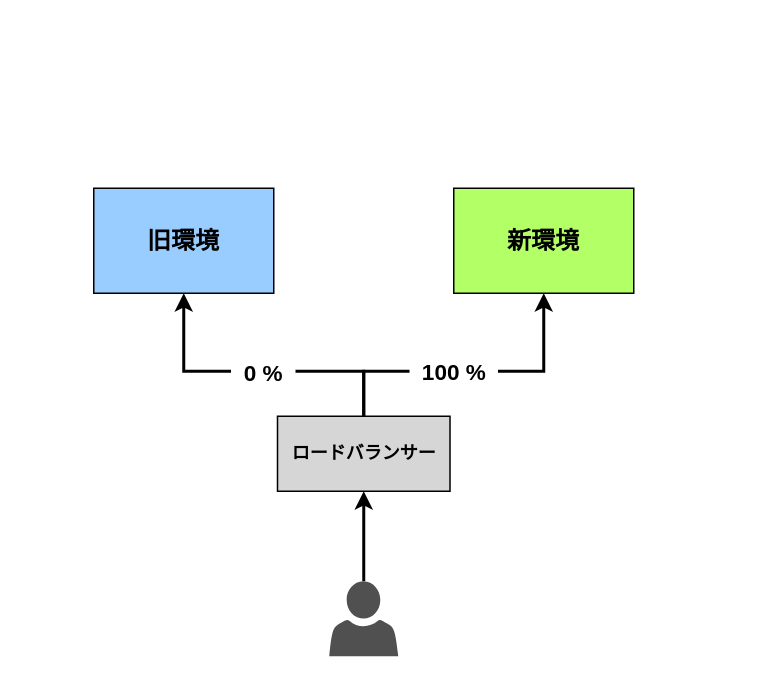
The draw.io diagram page "canary-release_3" (3 of 12) of images/drawio/istio/upgrade_istio.drawio in hiroki-it/tech-notebook_old, before the edit. Source tidied: cells renumbered, new cells numbered last; positions are measured from the earlier drawing's top-left corner, leaving out a move shared by most shapes. Both pictures are drawn from the tidied source at 150%, with x=0, y=0 at pixel (26, 26).
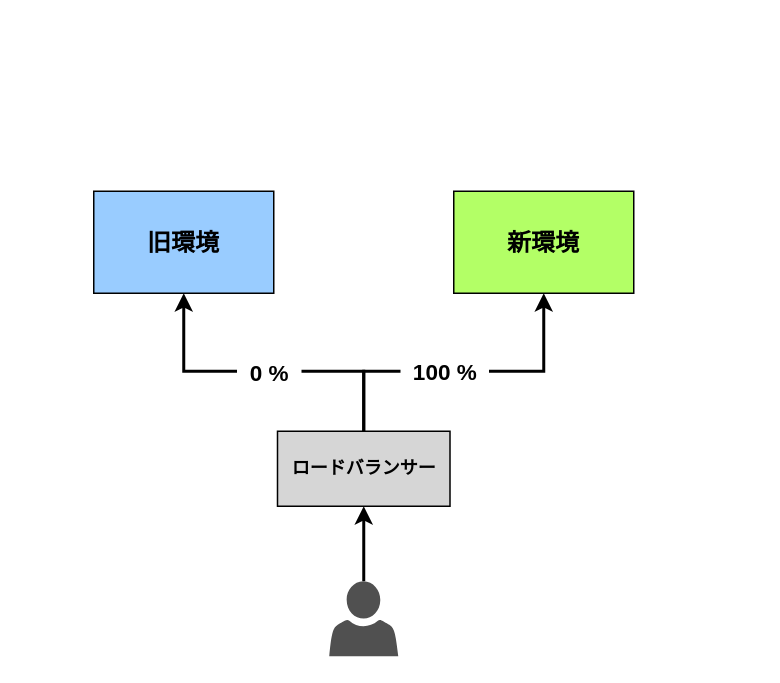
Above is the later version.

The edit, as a diff of the source:
```diff
@@
 <mxGraphModel>
   <root>
     <mxCell id="0" />
     <mxCell id="1" parent="0" />
     <mxCell id="2" value="&lt;b&gt;ロードバランサー&lt;br&gt;&lt;/b&gt;" style="rounded=0;whiteSpace=wrap;html=1;fillColor=#D6D6D6;gradientColor=none;" parent="1" vertex="1">
-      <mxGeometry x="167.5" y="260" width="115" height="50" as="geometry" />
+      <mxGeometry x="167.5" y="270" width="115" height="50" as="geometry" />
     </mxCell>
-    <mxCell id="3" style="group;fillColor=none;" parent="1" vertex="1">
-      <mxGeometry width="216.1" height="90" as="geometry" />
-    </mxCell>
-    <mxCell id="4" value="&lt;span style=&quot;font-size: 16px;&quot;&gt;&lt;b&gt;旧環境&lt;/b&gt;&lt;/span&gt;" style="text;html=1;strokeColor=default;fillColor=#99CCFF;align=center;verticalAlign=middle;whiteSpace=wrap;rounded=0;" parent="3" vertex="1">
-      <mxGeometry x="45" y="108" width="120" height="70" as="geometry" />
-    </mxCell>
     <mxCell id="5" style="group;" parent="1" vertex="1">
-      <mxGeometry x="275" y="88" width="210.1" height="90" as="geometry" />
+      <mxGeometry x="285" y="110" width="120" height="68" as="geometry" />
     </mxCell>
     <mxCell id="6" value="&lt;span style=&quot;font-size: 16px;&quot;&gt;&lt;b&gt;新環境&lt;/b&gt;&lt;/span&gt;" style="text;html=1;strokeColor=default;fillColor=#B3FF66;align=center;verticalAlign=middle;whiteSpace=wrap;rounded=0;" parent="5" vertex="1">
-      <mxGeometry x="10" y="20" width="120" height="70" as="geometry" />
+      <mxGeometry width="120" height="68" as="geometry" />
     </mxCell>
     <mxCell id="7" style="edgeStyle=orthogonalEdgeStyle;rounded=0;jettySize=auto;html=1;strokeWidth=2;entryX=0.5;entryY=1;entryDx=0;entryDy=0;" parent="1" edge="1" source="9" target="2">
       <mxGeometry relative="1" as="geometry" />
     </mxCell>
     <mxCell id="8" value="&lt;b&gt;&lt;font style=&quot;font-size: 15px;&quot;&gt;&amp;nbsp; 100 %&amp;nbsp;&amp;nbsp;&lt;/font&gt;&lt;/b&gt;" style="edgeStyle=orthogonalEdgeStyle;rounded=0;jettySize=auto;html=1;entryX=0.5;entryY=1;entryDx=0;entryDy=0;strokeWidth=2;exitX=0.5;exitY=0;exitDx=0;exitDy=0;" parent="1" edge="1" source="2" target="6">
       <mxGeometry x="-0.11" relative="1" as="geometry">
         <Array as="points">
           <mxPoint x="225" y="230" />
           <mxPoint x="345" y="230" />
         </Array>
       </mxGeometry>
     </mxCell>
     <mxCell id="9" style="sketch=0;shadow=0;dashed=0;html=1;strokeColor=none;fillColor=#505050;labelPosition=center;verticalLabelPosition=bottom;verticalAlign=top;outlineConnect=0;align=center;shape=mxgraph.office.users.user;rounded=0;glass=0;labelBackgroundColor=none;strokeWidth=2;" parent="1" vertex="1">
       <mxGeometry x="202" y="370" width="46" height="50" as="geometry" />
     </mxCell>
-    <mxCell id="10" style="edgeStyle=orthogonalEdgeStyle;rounded=0;jettySize=auto;html=1;strokeWidth=2;exitX=0.5;exitY=0;exitDx=0;exitDy=0;entryX=0.5;entryY=1;entryDx=0;entryDy=0;" parent="1" edge="1" source="2" target="4">
+    <mxCell id="10" style="edgeStyle=orthogonalEdgeStyle;rounded=0;jettySize=auto;html=1;strokeWidth=2;exitX=0.5;exitY=0;exitDx=0;exitDy=0;entryX=0.5;entryY=1;entryDx=0;entryDy=0;" parent="1" edge="1" source="2">
       <mxGeometry relative="1" as="geometry">
+        <mxPoint x="105" y="178" as="targetPoint" />
         <Array as="points">
           <mxPoint x="225" y="230" />
           <mxPoint x="105" y="230" />
         </Array>
       </mxGeometry>
     </mxCell>
     <mxCell id="11" value="&lt;font style=&quot;font-size: 15px;&quot;&gt;&amp;nbsp; 0 %&amp;nbsp;&amp;nbsp;&lt;/font&gt;" style="edgeLabel;html=1;align=center;verticalAlign=middle;fontSize=14;fontStyle=1;" parent="10" vertex="1">
       <mxGeometry x="0.13" y="1" relative="1" as="geometry">
         <mxPoint x="16" y="-1" as="offset" />
       </mxGeometry>
     </mxCell>
     <mxCell id="12" style="edgeStyle=none;rounded=0;jumpStyle=none;orthogonalLoop=1;jettySize=auto;html=1;shadow=0;dashed=1;dashPattern=1 2;strokeColor=#66B2FF;strokeWidth=3;startArrow=none;startFill=0;endArrow=none;endFill=0;entryX=0.5;entryY=1;entryDx=0;entryDy=0;" parent="1" edge="1">
       <mxGeometry relative="1" as="geometry">
         <mxPoint x="225.1" y="396" as="sourcePoint" />
         <mxPoint x="225.1" y="396" as="targetPoint" />
       </mxGeometry>
     </mxCell>
+    <mxCell id="13" style="group;fillColor=none;" parent="1" vertex="1">
+      <mxGeometry x="45" y="110" width="120" height="68" as="geometry" />
+    </mxCell>
+    <mxCell id="4" value="&lt;span style=&quot;font-size: 16px;&quot;&gt;&lt;b&gt;旧環境&lt;/b&gt;&lt;/span&gt;" style="text;html=1;strokeColor=default;fillColor=#99CCFF;align=center;verticalAlign=middle;whiteSpace=wrap;rounded=0;" parent="13" vertex="1">
+      <mxGeometry width="120" height="68" as="geometry" />
+    </mxCell>
   </root>
 </mxGraphModel>
```
